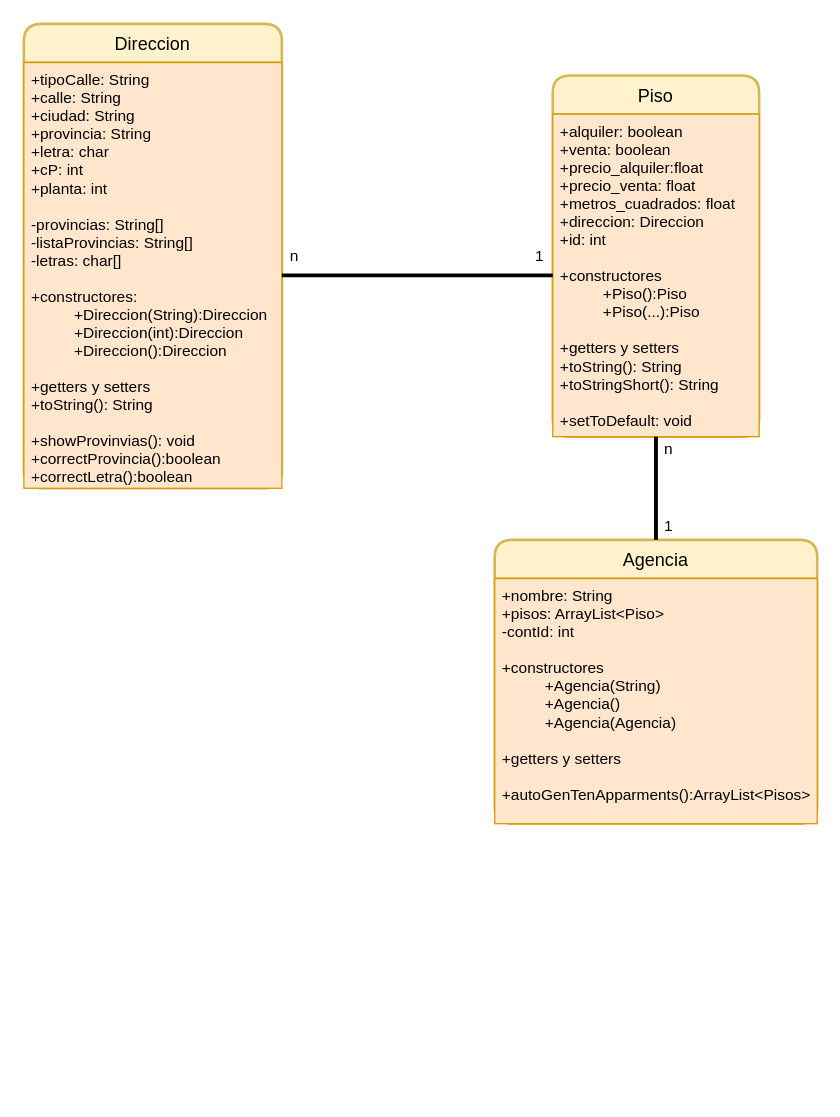
Before: PRO/pisos_picados/diagrama.drawio in AntonioCrespo2605/1DAM, a draw.io diagram. Source tidied: cells renumbered, new cells numbered last; positions are measured from the earlier drawing's top-left corner, leaving out a move shared by most shapes. Both pictures are drawn from the tidied source at 129%, with x=0, y=0 at pixel (23, 23).
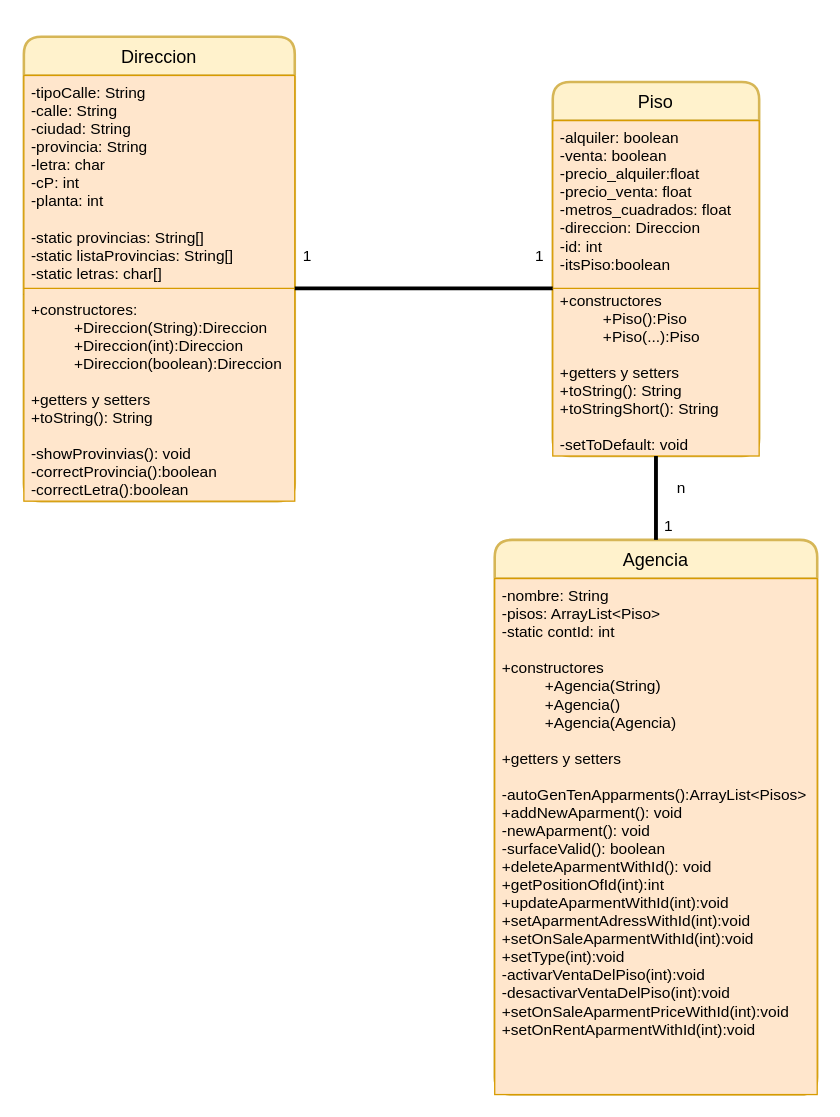
After the change.

Change to the diagram source:
```diff
@@
     <mxCell id="2" value="Direccion" style="swimlane;horizontal=1;startSize=30;rounded=1;fontSize=14;fontStyle=0;strokeWidth=2;shadow=0;dashed=0;align=center;fillColor=#fff2cc;strokeColor=#d6b656;" parent="1" vertex="1">
-      <mxGeometry width="200" height="360" as="geometry" />
+      <mxGeometry y="10" width="210" height="360" as="geometry" />
     </mxCell>
+    <mxCell id="14" style="endArrow=none;html=1;" parent="2" edge="1">
+      <mxGeometry relative="1" as="geometry">
+        <mxPoint y="200" as="sourcePoint" />
+        <mxPoint x="50" y="150" as="targetPoint" />
+      </mxGeometry>
+    </mxCell>
+    <mxCell id="15" style="endArrow=none;html=1;fontFamily=Helvetica;" parent="2" edge="1">
+      <mxGeometry relative="1" as="geometry">
+        <mxPoint x="100" y="120" as="sourcePoint" />
+        <mxPoint x="150" y="140" as="targetPoint" />
+      </mxGeometry>
+    </mxCell>
-    <mxCell id="3" value="+tipoCalle: String&#10;+calle: String&#10;+ciudad: String&#10;+provincia: String&#10;+letra: char&#10;+cP: int&#10;+planta: int&#10;&#10;-provincias: String[]&#10;-listaProvincias: String[]&#10;-letras: char[]&#10;&#10;+constructores:&#10;          +Direccion(String):Direccion&#10;          +Direccion(int):Direccion&#10;          +Direccion():Direccion&#10;&#10;+getters y setters&#10;+toString(): String&#10;&#10;+showProvinvias(): void&#10;+correctProvincia():boolean&#10;+correctLetra():boolean " style="align=left;strokeColor=#d79b00;fillColor=#ffe6cc;spacingLeft=4;fontSize=12;verticalAlign=top;" parent="2" vertex="1">
-      <mxGeometry y="30" width="200" height="330" as="geometry" />
+    <mxCell id="3" value="-tipoCalle: String&#10;-calle: String&#10;-ciudad: String&#10;-provincia: String&#10;-letra: char&#10;-cP: int&#10;-planta: int&#10;&#10;-static provincias: String[]&#10;-static listaProvincias: String[]&#10;-static letras: char[]&#10;&#10;+constructores:&#10;          +Direccion(String):Direccion&#10;          +Direccion(int):Direccion&#10;          +Direccion(boolean):Direccion&#10;&#10;+getters y setters&#10;+toString(): String&#10;&#10;-showProvinvias(): void&#10;-correctProvincia():boolean&#10;-correctLetra():boolean " style="align=left;strokeColor=#d79b00;fillColor=#ffe6cc;spacingLeft=4;fontSize=12;verticalAlign=top;fontStyle=0;fontFamily=Helvetica;" parent="2" vertex="1">
+      <mxGeometry y="30" width="210" height="330" as="geometry" />
     </mxCell>
+    <mxCell id="16" style="endArrow=none;html=1;entryX=1;entryY=0.5;entryDx=0;entryDy=0;exitX=0;exitY=0.5;exitDx=0;exitDy=0;fillColor=#ffe6cc;strokeColor=#d79b00;" parent="2" edge="1" source="3" target="3">
+      <mxGeometry relative="1" as="geometry" />
+    </mxCell>
     <mxCell id="4" value="Piso" style="swimlane;horizontal=1;startSize=30;rounded=1;fontSize=14;fontStyle=0;strokeWidth=2;shadow=0;dashed=0;align=center;fillColor=#fff2cc;strokeColor=#d6b656;" parent="1" vertex="1">
-      <mxGeometry x="410" y="40" width="160" height="280" as="geometry" />
+      <mxGeometry x="410" y="45" width="160" height="290" as="geometry" />
     </mxCell>
-    <mxCell id="5" value="+alquiler: boolean&#10;+venta: boolean&#10;+precio_alquiler:float&#10;+precio_venta: float&#10;+metros_cuadrados: float&#10;+direccion: Direccion&#10;+id: int&#10;&#10;+constructores&#10;          +Piso():Piso&#10;          +Piso(...):Piso&#10;&#10;+getters y setters&#10;+toString(): String&#10;+toStringShort(): String&#10;&#10;+setToDefault: void&#10;" style="align=left;strokeColor=#d79b00;fillColor=#ffe6cc;spacingLeft=4;fontSize=12;verticalAlign=top;" parent="4" vertex="1">
-      <mxGeometry y="30" width="160" height="250" as="geometry" />
+    <mxCell id="5" value="-alquiler: boolean&#10;-venta: boolean&#10;-precio_alquiler:float&#10;-precio_venta: float&#10;-metros_cuadrados: float&#10;-direccion: Direccion&#10;-id: int&#10;-itsPiso:boolean&#10;&#10;+constructores&#10;          +Piso():Piso&#10;          +Piso(...):Piso&#10;&#10;+getters y setters&#10;+toString(): String&#10;+toStringShort(): String&#10;&#10;-setToDefault: void&#10;" style="align=left;strokeColor=#d79b00;fillColor=#ffe6cc;spacingLeft=4;fontSize=12;verticalAlign=top;" parent="4" vertex="1">
+      <mxGeometry y="30" width="160" height="260" as="geometry" />
     </mxCell>
@@
-    <mxCell id="7" style="endArrow=none;html=1;strokeWidth=3;" parent="1" edge="1" source="3" target="5">
-      <mxGeometry relative="1" as="geometry" />
-    </mxCell>
-    <mxCell id="8" value="n" style="text;html=1;strokeColor=none;fillColor=none;align=center;verticalAlign=middle;whiteSpace=wrap;rounded=0;" parent="1" vertex="1">
-      <mxGeometry x="190" y="170" width="40" height="20" as="geometry" />
-    </mxCell>
     <mxCell id="9" value="Agencia" style="swimlane;horizontal=1;startSize=30;rounded=1;fontSize=14;fontStyle=0;strokeWidth=2;shadow=0;dashed=0;align=center;fillColor=#fff2cc;strokeColor=#d6b656;" parent="1" vertex="1">
-      <mxGeometry x="365" y="400" width="250" height="220" as="geometry" />
+      <mxGeometry x="365" y="400" width="250" height="430" as="geometry" />
     </mxCell>
-    <mxCell id="10" value="+nombre: String&#10;+pisos: ArrayList&lt;Piso&gt;&#10;-contId: int&#10;&#10;+constructores&#10;          +Agencia(String)&#10;          +Agencia()&#10;          +Agencia(Agencia)&#10;&#10;+getters y setters&#10;&#10;+autoGenTenApparments():ArrayList&lt;Pisos&gt;" style="align=left;strokeColor=#d79b00;fillColor=#ffe6cc;spacingLeft=4;fontSize=12;verticalAlign=top;" parent="9" vertex="1">
-      <mxGeometry y="30" width="250" height="190" as="geometry" />
+    <mxCell id="10" value="-nombre: String&#10;-pisos: ArrayList&lt;Piso&gt;&#10;-static contId: int&#10;&#10;+constructores&#10;          +Agencia(String)&#10;          +Agencia()&#10;          +Agencia(Agencia)&#10;&#10;+getters y setters&#10;&#10;-autoGenTenApparments():ArrayList&lt;Pisos&gt;&#10;+addNewAparment(): void&#10;-newAparment(): void&#10;-surfaceValid(): boolean&#10;+deleteAparmentWithId(): void&#10;+getPositionOfId(int):int&#10;+updateAparmentWithId(int):void&#10;+setAparmentAdressWithId(int):void&#10;+setOnSaleAparmentWithId(int):void&#10;+setType(int):void&#10;-activarVentaDelPiso(int):void&#10;-desactivarVentaDelPiso(int):void&#10;+setOnSaleAparmentPriceWithId(int):void&#10;+setOnRentAparmentWithId(int):void&#10;&#10;" style="align=left;strokeColor=#d79b00;fillColor=#ffe6cc;spacingLeft=4;fontSize=12;verticalAlign=top;" parent="9" vertex="1">
+      <mxGeometry y="30" width="250" height="400" as="geometry" />
     </mxCell>
-    <mxCell id="11" style="endArrow=none;html=1;strokeWidth=3;" parent="1" edge="1" source="9" target="5">
+    <mxCell id="11" style="endArrow=none;html=1;strokeWidth=3;entryX=0.5;entryY=1;entryDx=0;entryDy=0;" parent="1" edge="1" source="9" target="4">
       <mxGeometry relative="1" as="geometry" />
     </mxCell>
@@
     <mxCell id="13" value="n" style="text;html=1;strokeColor=none;fillColor=none;align=center;verticalAlign=middle;whiteSpace=wrap;rounded=0;" parent="1" vertex="1">
-      <mxGeometry x="480" y="320" width="40" height="20" as="geometry" />
+      <mxGeometry x="490" y="350" width="40" height="20" as="geometry" />
     </mxCell>
+    <mxCell id="17" value="1" style="text;html=1;strokeColor=none;fillColor=none;align=center;verticalAlign=middle;whiteSpace=wrap;rounded=0;" parent="1" vertex="1">
+      <mxGeometry x="200" y="170" width="40" height="20" as="geometry" />
+    </mxCell>
+    <mxCell id="18" style="endArrow=none;html=1;strokeWidth=3;entryX=1;entryY=0.5;entryDx=0;entryDy=0;exitX=0;exitY=0.5;exitDx=0;exitDy=0;" parent="1" edge="1" source="5" target="3">
+      <mxGeometry relative="1" as="geometry" />
+    </mxCell>
+    <mxCell id="19" style="endArrow=none;html=1;entryX=0;entryY=0.5;entryDx=0;entryDy=0;fillColor=#ffe6cc;strokeColor=#d79b00;" parent="1" edge="1" target="5">
+      <mxGeometry relative="1" as="geometry">
+        <mxPoint x="570" y="205" as="sourcePoint" />
+        <Array as="points">
+          <mxPoint x="540" y="205" />
+        </Array>
+      </mxGeometry>
+    </mxCell>
```
